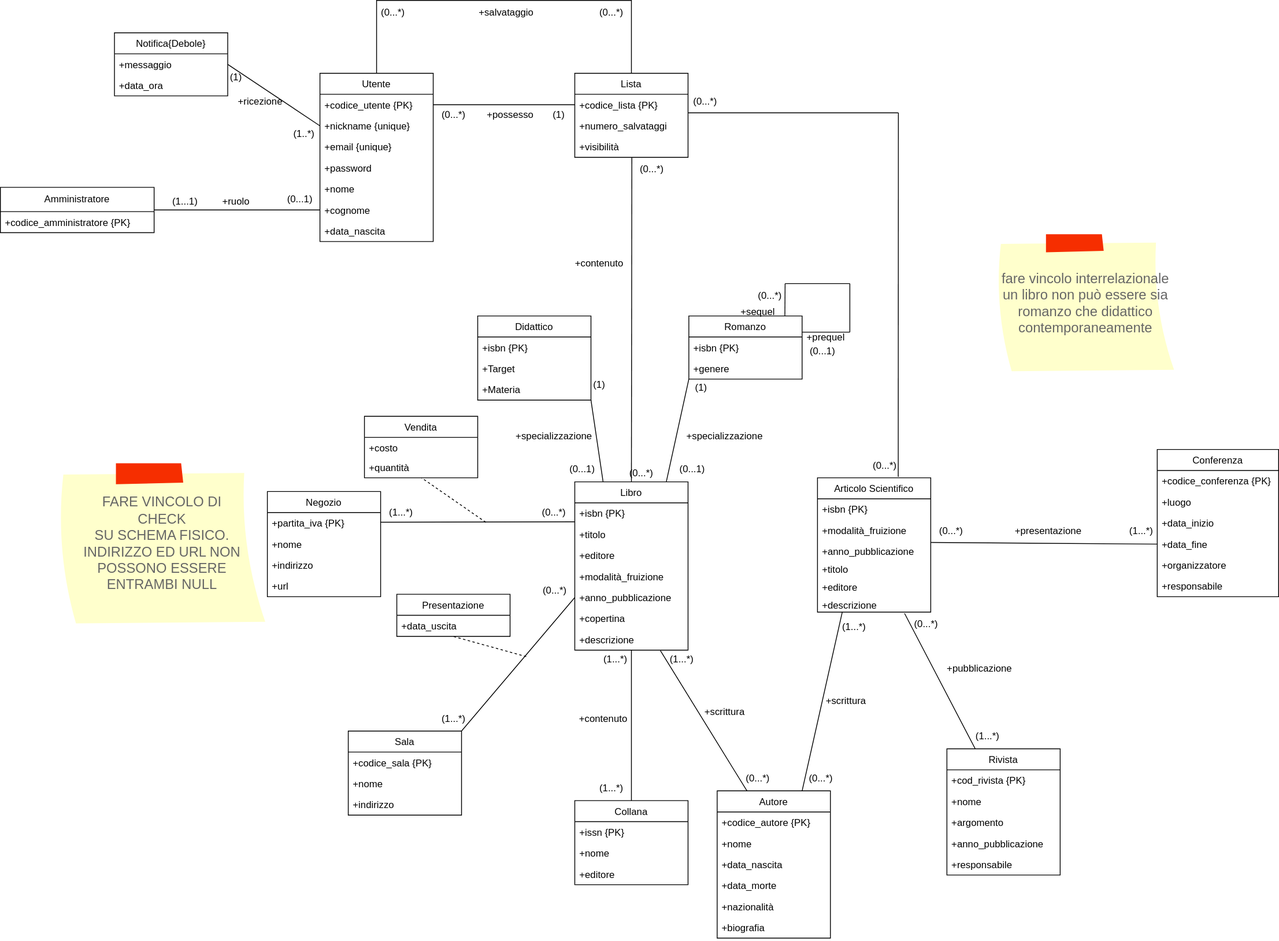
Above: Modello_Concettuale_Ristrutturato.drawio.svg in m3tt0/Progetto_OB_BASI (draw.io), before the change. Source tidied: cells renumbered, new cells last; positions are measured from the earlier drawing's top-left corner, leaving out a move shared by most shapes.
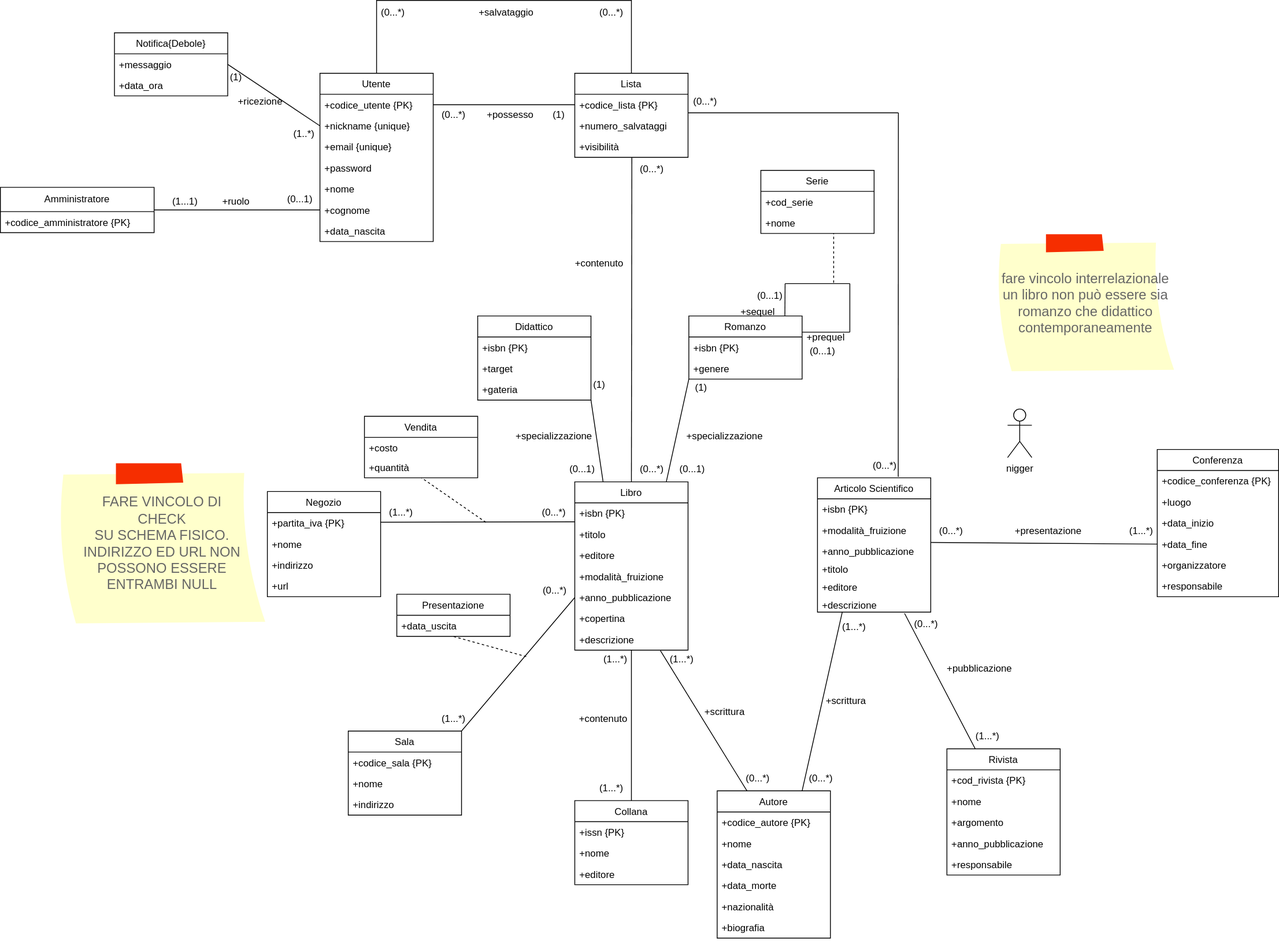
After the commit.

Change to the diagram source:
```diff
@@ -261,10 +261,10 @@
     <mxCell id="86" value="+isbn {PK}" style="text;strokeColor=none;fillColor=none;align=left;verticalAlign=top;spacingLeft=4;spacingRight=4;overflow=hidden;fontStyle=0;" parent="85" vertex="1">
       <mxGeometry y="26" width="140" height="26" as="geometry" />
     </mxCell>
-    <mxCell id="87" value="+Target" style="text;strokeColor=none;fillColor=none;align=left;verticalAlign=top;spacingLeft=4;spacingRight=4;overflow=hidden;" parent="85" vertex="1">
+    <mxCell id="87" value="+target" style="text;strokeColor=none;fillColor=none;align=left;verticalAlign=top;spacingLeft=4;spacingRight=4;overflow=hidden;" parent="85" vertex="1">
       <mxGeometry y="52" width="140" height="26" as="geometry" />
     </mxCell>
-    <mxCell id="88" value="+Materia" style="text;strokeColor=none;fillColor=none;align=left;verticalAlign=top;spacingLeft=4;spacingRight=4;overflow=hidden;" parent="85" vertex="1">
+    <mxCell id="88" value="+gateria" style="text;strokeColor=none;fillColor=none;align=left;verticalAlign=top;spacingLeft=4;spacingRight=4;overflow=hidden;" parent="85" vertex="1">
       <mxGeometry y="78" width="140" height="26" as="geometry" />
     </mxCell>
     <mxCell id="89" value="Romanzo" style="swimlane;fontStyle=0;horizontal=1;startSize=26;fillColor=none;" parent="1" vertex="1">
@@ -299,7 +299,7 @@
         <mxPoint x="1050" y="410" as="targetPoint" />
       </mxGeometry>
     </mxCell>
-    <mxCell id="96" value="(0...*)" style="text;html=1;align=center;verticalAlign=middle;strokeColor=none;fillColor=none;" parent="1" vertex="1">
+    <mxCell id="96" value="(0...1)" style="text;html=1;align=center;verticalAlign=middle;strokeColor=none;fillColor=none;" parent="1" vertex="1">
       <mxGeometry x="926" y="350" width="50" height="30" as="geometry" />
     </mxCell>
     <mxCell id="97" value="(0...1)" style="text;html=1;align=center;verticalAlign=middle;strokeColor=none;fillColor=none;" parent="1" vertex="1">
@@ -464,7 +464,7 @@
       </mxGeometry>
     </mxCell>
     <mxCell id="147" value="(0...*)" style="text;html=1;align=center;verticalAlign=middle;strokeColor=none;fillColor=none;" parent="1" vertex="1">
-      <mxGeometry x="767" y="570" width="50" height="30" as="geometry" />
+      <mxGeometry x="780" y="565" width="50" height="30" as="geometry" />
     </mxCell>
     <mxCell id="148" value="(0...*)" style="text;html=1;align=center;verticalAlign=middle;strokeColor=none;fillColor=none;" parent="1" vertex="1">
       <mxGeometry x="846" y="110" width="50" height="30" as="geometry" />
@@ -472,5 +472,23 @@
     <mxCell id="149" value="(0...*)" style="text;html=1;align=center;verticalAlign=middle;strokeColor=none;fillColor=none;" parent="1" vertex="1">
       <mxGeometry x="1068" y="560" width="50" height="30" as="geometry" />
     </mxCell>
+    <mxCell id="150" value="Serie" style="swimlane;fontStyle=0;horizontal=1;startSize=26;fillColor=none;" parent="1" vertex="1">
+      <mxGeometry x="940" y="210" width="140" height="78" as="geometry" />
+    </mxCell>
+    <mxCell id="151" value="+cod_serie" style="text;strokeColor=none;fillColor=none;align=left;verticalAlign=top;spacingLeft=4;spacingRight=4;overflow=hidden;" parent="150" vertex="1">
+      <mxGeometry y="26" width="140" height="26" as="geometry" />
+    </mxCell>
+    <mxCell id="152" value="+nome" style="text;strokeColor=none;fillColor=none;align=left;verticalAlign=top;spacingLeft=4;spacingRight=4;overflow=hidden;" parent="150" vertex="1">
+      <mxGeometry y="52" width="140" height="26" as="geometry" />
+    </mxCell>
+    <mxCell id="153" style="endArrow=none;dashed=1;html=1;rounded=0;" parent="1" edge="1">
+      <mxGeometry relative="1" as="geometry">
+        <mxPoint x="1030" y="349" as="sourcePoint" />
+        <mxPoint x="1030" y="288" as="targetPoint" />
+      </mxGeometry>
+    </mxCell>
+    <mxCell id="154" value="nigger" style="shape=umlActor;verticalLabelPosition=bottom;verticalAlign=top;html=1;" parent="1" vertex="1">
+      <mxGeometry x="1245" y="505" width="30" height="60" as="geometry" />
+    </mxCell>
   </root>
 </mxGraphModel>
```
